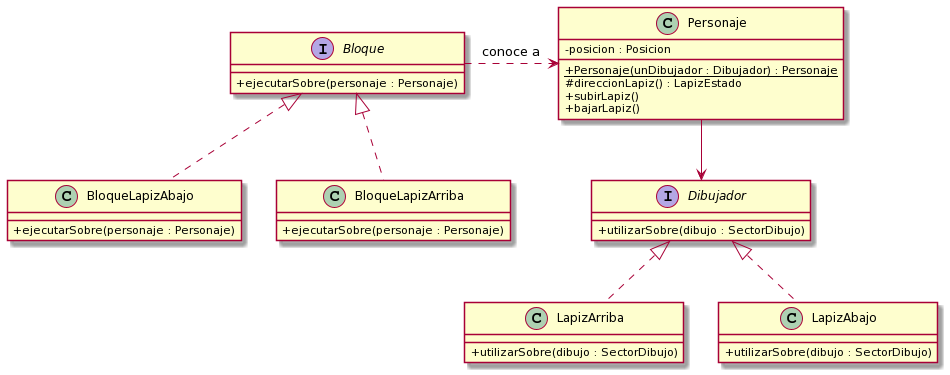
Before: diagramas_de_clase/entrega1_diagramadeclases_lapiz.png, a diagram exported from PlantUML (LuisAraujo96/TP2).
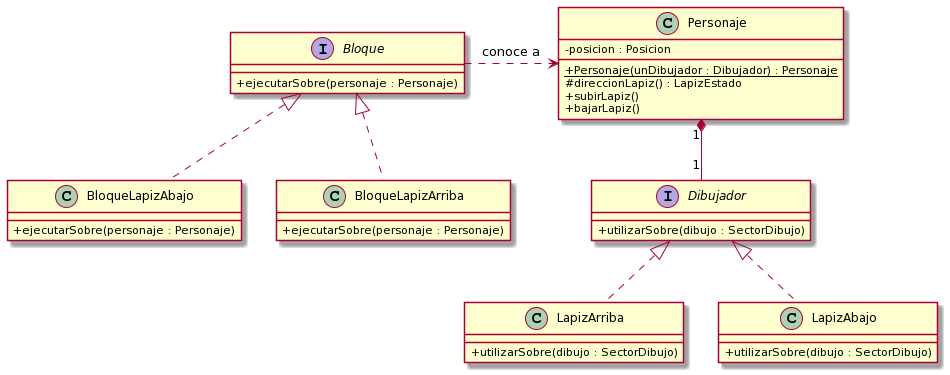
The same diagram one commit later.

Commit message:
feat and fix: diagrama de clases de entrega 1 finalizados

The edit, as a diff of the source:
```diff
@@ -39,7 +39,7 @@
 
 Bloque .right.> Personaje : "conoce a"
 
-Personaje -down-> Dibujador
+Personaje "1" *-down- "1" Dibujador
 
 Dibujador <|.. LapizArriba
 Dibujador <|.. LapizAbajo
```
